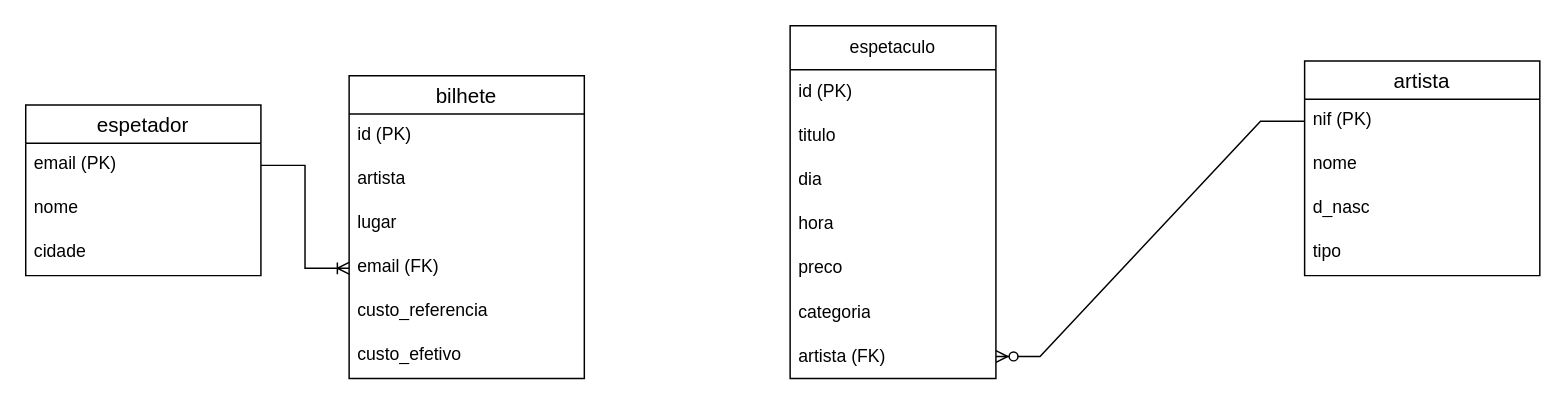
The draw.io diagram 2_database_fundamentals/exercicio_avaliação/bd_bilheteira.drawio in andreiacampos98/datascience_course, before the edit. Source tidied: cells renumbered, new cells numbered last; positions are measured from the earlier drawing's top-left corner, leaving out a move shared by most shapes. Both pictures are drawn from the tidied source at 147%, with x=0, y=0 at pixel (25, 25).
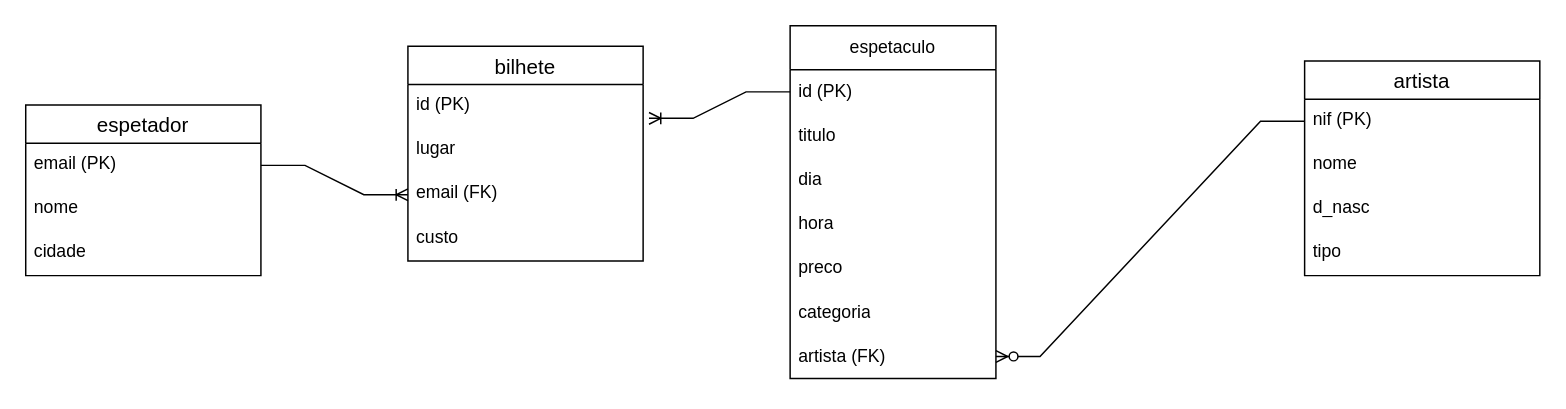
Above is the later version.

The change refers to these unchanged cells:
```xml
<mxCell id="3" value="id (PK)" style="text;strokeColor=none;fillColor=none;align=left;verticalAlign=middle;spacingLeft=4;spacingRight=4;overflow=hidden;points=[[0,0.5],[1,0.5]];portConstraint=eastwest;whiteSpace=wrap;html=1;" parent="2" vertex="1">
  <mxGeometry y="30" width="140" height="30" as="geometry" />
</mxCell>
<mxCell id="11" value="id (PK)" style="text;strokeColor=none;fillColor=none;spacingLeft=4;spacingRight=4;overflow=hidden;points=[[0,0.5],[1,0.5]];portConstraint=eastwest;fontSize=12;whiteSpace=wrap;html=1;" parent="10" vertex="1">
  <mxGeometry y="26" width="160" height="30" as="geometry" />
</mxCell>
```

Diff of the diagram source:
```diff
@@
     <mxCell id="10" value="bilhete" style="swimlane;fontStyle=0;horizontal=1;startSize=26;align=center;fontSize=14;" parent="1" vertex="1">
-      <mxGeometry x="220" y="34" width="160" height="206" as="geometry" />
+      <mxGeometry x="260" y="14" width="160" height="146" as="geometry" />
     </mxCell>
@@
-    <mxCell id="12" value="artista" style="text;strokeColor=none;fillColor=none;spacingLeft=4;spacingRight=4;overflow=hidden;fontSize=12;whiteSpace=wrap;html=1;" parent="10" vertex="1">
-      <mxGeometry y="56" width="160" height="30" as="geometry" />
-    </mxCell>
     <mxCell id="13" value="lugar" style="text;strokeColor=none;fillColor=none;spacingLeft=4;spacingRight=4;overflow=hidden;fontSize=12;whiteSpace=wrap;html=1;" parent="10" vertex="1">
-      <mxGeometry y="86" width="160" height="30" as="geometry" />
+      <mxGeometry y="56" width="160" height="30" as="geometry" />
     </mxCell>
     <mxCell id="14" value="email (FK)" style="text;strokeColor=none;fillColor=none;spacingLeft=4;spacingRight=4;overflow=hidden;points=[[0,0.5],[1,0.5]];portConstraint=eastwest;fontSize=12;whiteSpace=wrap;html=1;" parent="10" vertex="1">
-      <mxGeometry y="116" width="160" height="30" as="geometry" />
+      <mxGeometry y="86" width="160" height="30" as="geometry" />
     </mxCell>
-    <mxCell id="15" value="custo_referencia" style="text;strokeColor=none;fillColor=none;spacingLeft=4;spacingRight=4;overflow=hidden;fontSize=12;whiteSpace=wrap;html=1;" parent="10" vertex="1">
-      <mxGeometry y="146" width="160" height="30" as="geometry" />
+    <mxCell id="15" value="custo" style="text;strokeColor=none;fillColor=none;spacingLeft=4;spacingRight=4;overflow=hidden;fontSize=12;whiteSpace=wrap;html=1;" parent="10" vertex="1">
+      <mxGeometry y="116" width="160" height="30" as="geometry" />
     </mxCell>
-    <mxCell id="16" value="custo_efetivo" style="text;strokeColor=none;fillColor=none;spacingLeft=4;spacingRight=4;overflow=hidden;fontSize=12;whiteSpace=wrap;html=1;" parent="10" vertex="1">
-      <mxGeometry y="176" width="160" height="30" as="geometry" />
-    </mxCell>
@@
+    <mxCell id="28" style="edgeStyle=entityRelationEdgeStyle;fontSize=12;html=1;endArrow=ERoneToMany;rounded=0;exitX=0;exitY=0.5;exitDx=0;exitDy=0;entryX=1.025;entryY=0.767;entryDx=0;entryDy=0;entryPerimeter=0;" parent="1" edge="1" source="3" target="11">
+      <mxGeometry relative="1" as="geometry" />
+    </mxCell>
```
